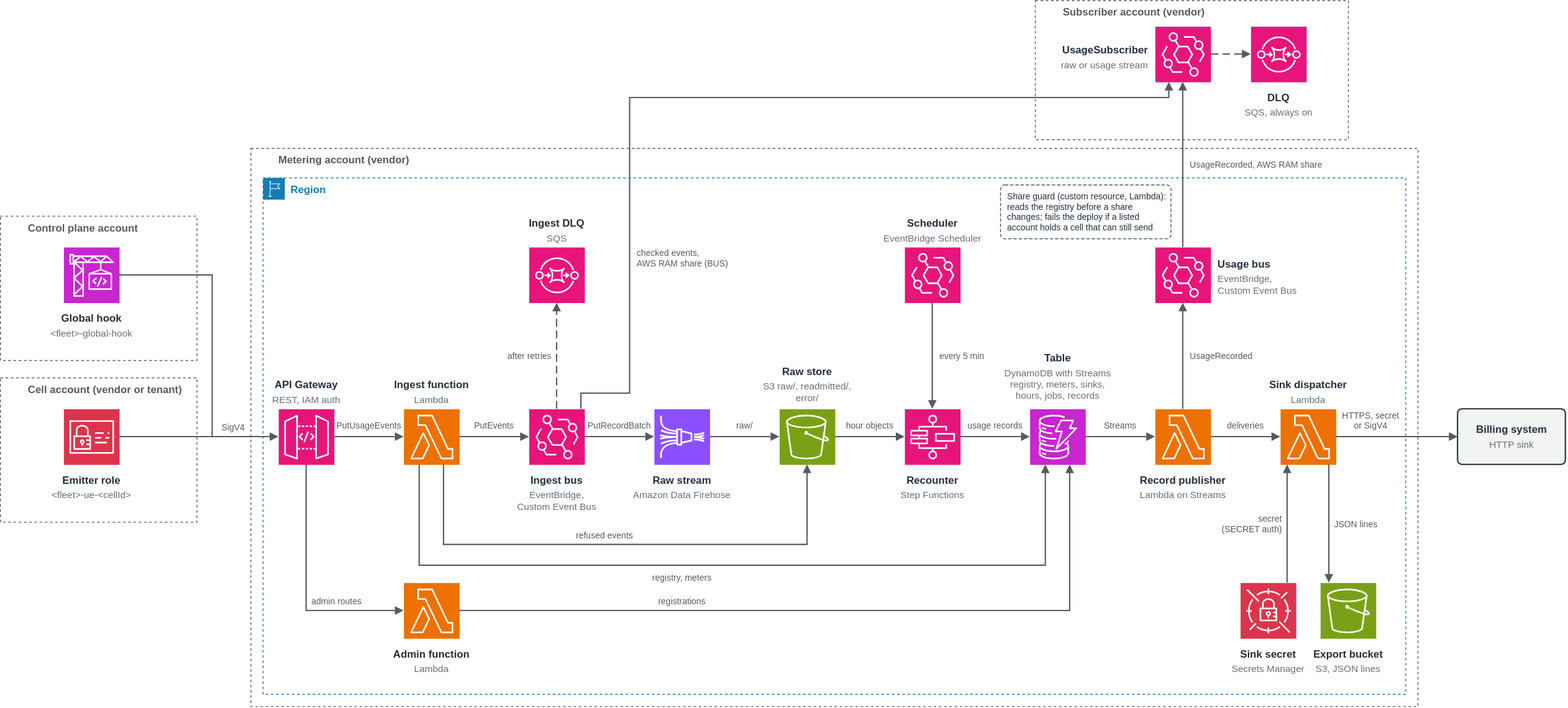
This is samples/tenant-usage-metering/diagrams/tenant-usage-metering.drawio.svg from aws-samples/sample-agentic-ai-acceleration-patterns, a draw.io export, as it was before one commit. Source tidied: cells renumbered, new cells last; positions are measured from the earlier drawing's top-left corner, leaving out a move shared by most shapes.
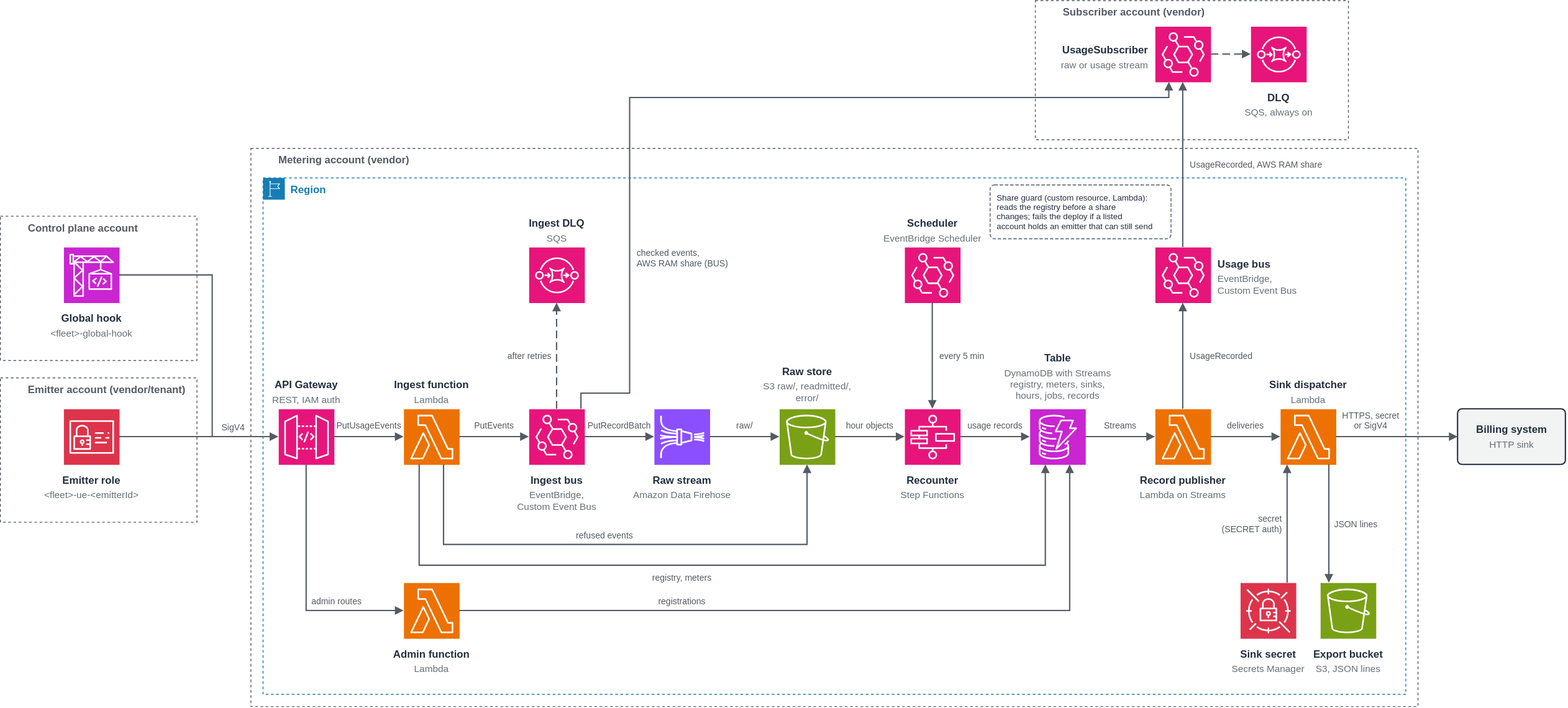
After the change.

Diff of the diagram source:
```diff
@@ -5,7 +5,7 @@
     <mxCell id="2" value="Control plane account" style="gradientColor=none;html=0;fontSize=12;fontStyle=1;shape=mxgraph.aws4.group;grIcon=mxgraph.aws4.group;strokeColor=#545B64;fontColor=#545B64;dashed=1;fillColor=none;verticalAlign=top;align=left;spacingLeft=30;" parent="1" vertex="1">
       <mxGeometry y="248" width="226" height="166" as="geometry" />
     </mxCell>
-    <mxCell id="3" value="Cell account (vendor or tenant)" style="gradientColor=none;html=0;fontSize=12;fontStyle=1;shape=mxgraph.aws4.group;grIcon=mxgraph.aws4.group;strokeColor=#545B64;fontColor=#545B64;dashed=1;fillColor=none;verticalAlign=top;align=left;spacingLeft=30;" parent="1" vertex="1">
+    <mxCell id="3" value="Emitter account (vendor/tenant)" style="gradientColor=none;html=0;fontSize=12;fontStyle=1;shape=mxgraph.aws4.group;grIcon=mxgraph.aws4.group;strokeColor=#545B64;fontColor=#545B64;dashed=1;fillColor=none;verticalAlign=top;align=left;spacingLeft=30;" parent="1" vertex="1">
       <mxGeometry y="434" width="226" height="166" as="geometry" />
     </mxCell>
     <mxCell id="4" value="Metering account (vendor)" style="gradientColor=none;html=0;fontSize=12;fontStyle=1;shape=mxgraph.aws4.group;grIcon=mxgraph.aws4.group;strokeColor=#545B64;fontColor=#545B64;dashed=1;fillColor=none;verticalAlign=top;align=left;spacingLeft=30;" parent="1" vertex="1">
@@ -32,7 +32,7 @@
     <mxCell id="11" value="Emitter role" style="text;html=0;align=center;verticalAlign=top;fontSize=12;fontStyle=1;fontColor=#232F3E;spacing=0;spacingTop=0;" parent="1" vertex="1">
       <mxGeometry x="39" y="540" width="132" height="18" as="geometry" />
     </mxCell>
-    <mxCell id="12" value="&lt;fleet&gt;-ue-&lt;cellId&gt;" style="text;html=0;align=center;verticalAlign=top;fontSize=11;fontStyle=0;fontColor=#687078;spacing=0;spacingTop=0;" parent="1" vertex="1">
+    <mxCell id="12" value="&lt;fleet&gt;-ue-&lt;emitterId&gt;" style="text;html=0;align=center;verticalAlign=top;fontSize=11;fontStyle=0;fontColor=#687078;spacing=0;spacingTop=0;" parent="1" vertex="1">
       <mxGeometry x="39" y="558" width="132" height="15.5" as="geometry" />
     </mxCell>
     <mxCell id="13" style="sketch=0;fontColor=#232F3E;dashed=0;html=0;fontSize=11;fontStyle=0;noLabel=1;gradientColor=none;fillColor=#E7157B;strokeColor=#ffffff;shape=mxgraph.aws4.resourceIcon;resIcon=mxgraph.aws4.api_gateway;" parent="1" vertex="1">
@@ -421,8 +421,8 @@
     <mxCell id="110" value="checked events,&#10;AWS RAM share (BUS)" style="text;html=0;align=left;verticalAlign=middle;fontSize=10;fontStyle=0;fontColor=#545B64;spacing=0;spacingTop=0;" parent="1" vertex="1">
       <mxGeometry x="732" y="282" width="120" height="28" as="geometry" />
     </mxCell>
-    <mxCell id="111" value="Share guard (custom resource, Lambda):&#10;reads the registry before a share&#10;changes; fails the deploy if a listed&#10;account holds a cell that can still send" style="rounded=1;arcSize=8;html=0;align=left;verticalAlign=middle;spacingLeft=6;fontSize=10;fontColor=#232F3E;fillColor=#FFFFFF;strokeColor=#545B64;strokeWidth=1;dashed=1;dashPattern=4 2;" parent="1" vertex="1">
-      <mxGeometry x="1150" y="212" width="196" height="62" as="geometry" />
+    <mxCell id="111" value="Share guard (custom resource, Lambda):&#10;reads the registry before a share&#10;changes; fails the deploy if a listed&#10;account holds an emitter that can still send" style="rounded=1;arcSize=8;html=0;align=left;verticalAlign=middle;spacingLeft=6;fontSize=9.5;fontColor=#232F3E;fillColor=#FFFFFF;strokeColor=#545B64;strokeWidth=1;dashed=1;dashPattern=4 2;" parent="1" vertex="1">
+      <mxGeometry x="1138" y="212" width="208" height="62" as="geometry" />
     </mxCell>
   </root>
 </mxGraphModel>
```
